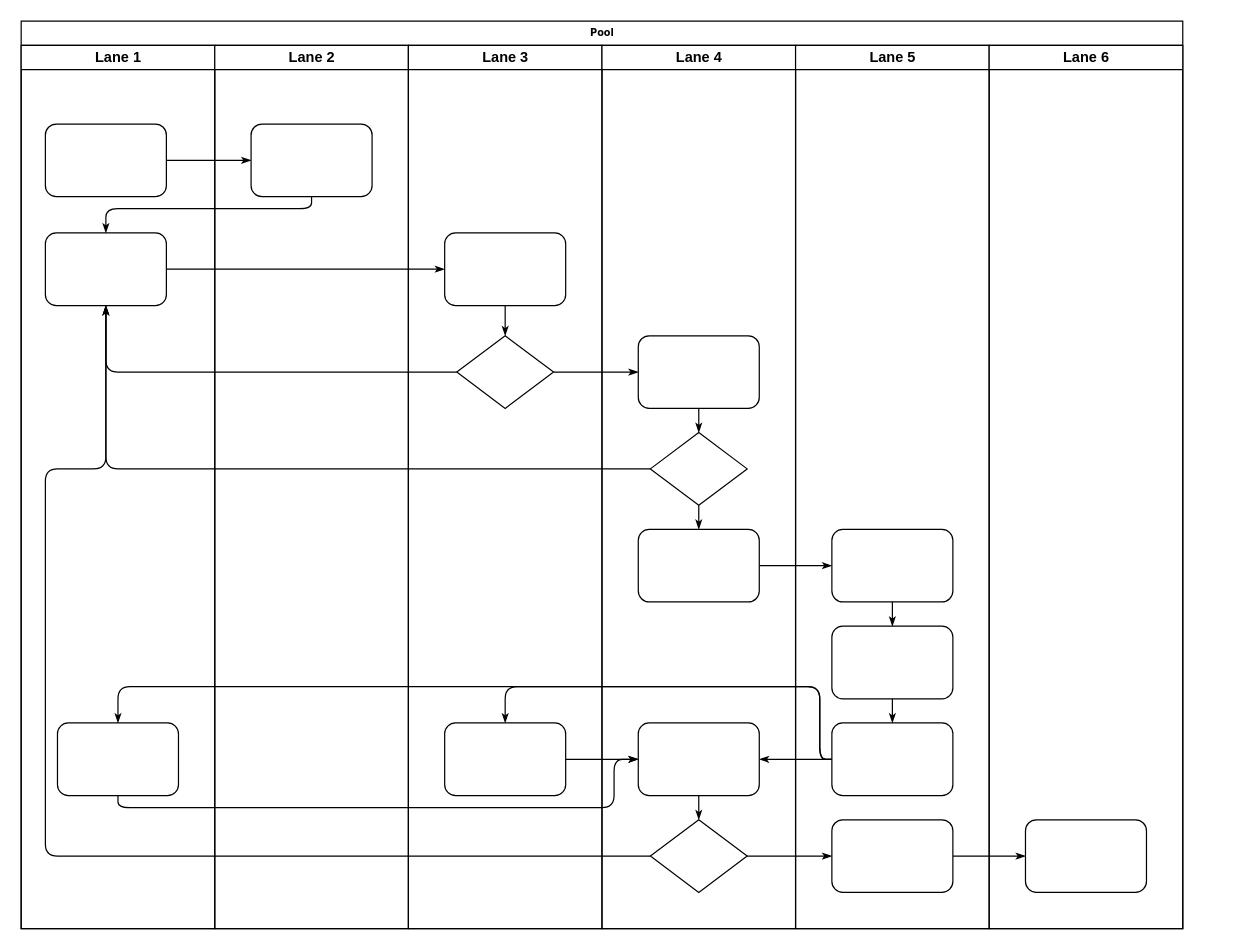
Before: 货物暂存点部管控.drawio in wenwenwei/-, a draw.io diagram. Source tidied: cells renumbered, new cells numbered last; positions are measured from the earlier drawing's top-left corner, leaving out a move shared by most shapes. Both pictures are drawn from the tidied source at 121%, with x=0, y=0 at pixel (21, 21).
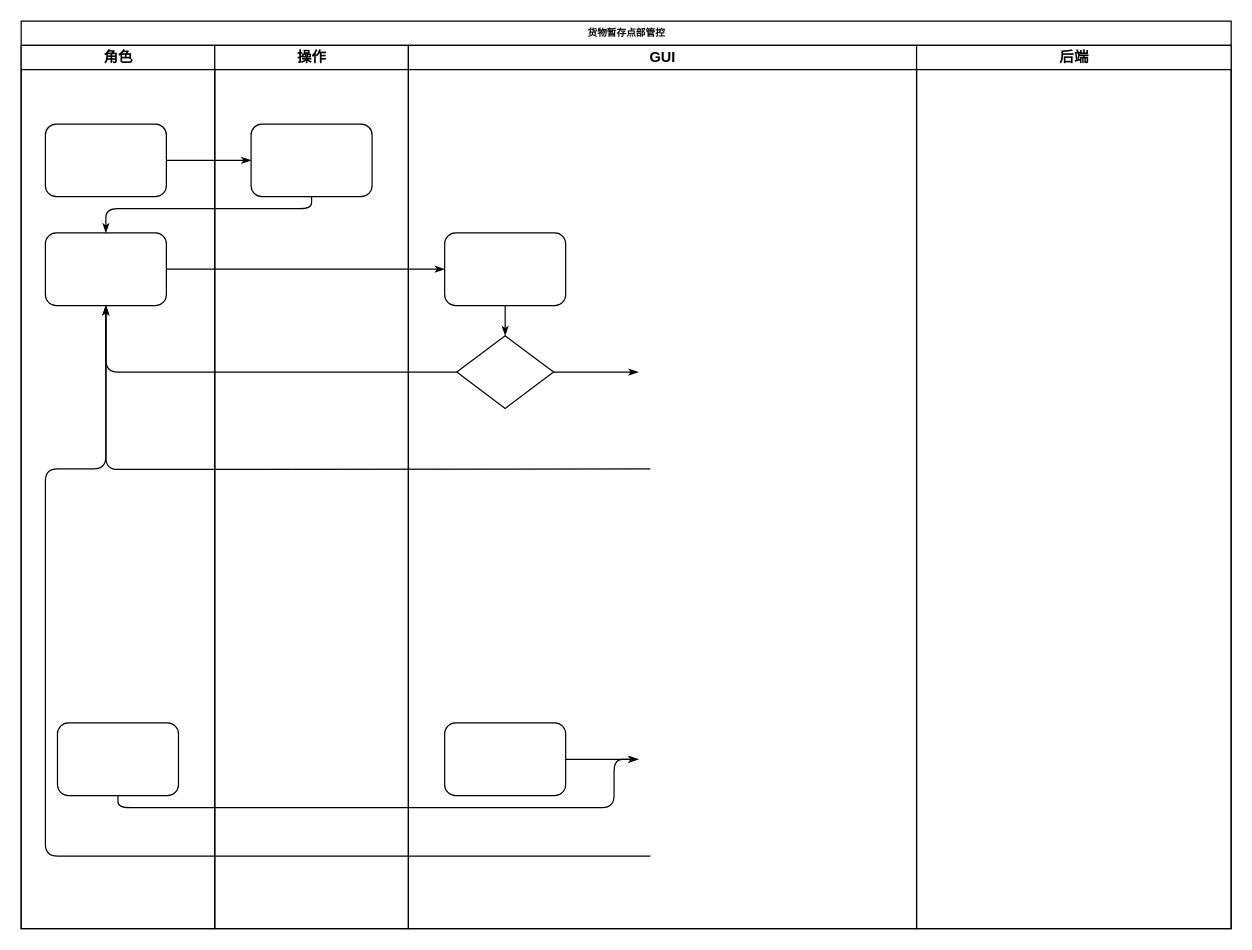
Above is the later version.

Commit message (it also covers changes not shown here):
更新货物暂存点部管控.drawio

Unchanged cells that the change refers to:
```xml
<mxCell id="5" style="rounded=1;whiteSpace=wrap;html=1;shadow=0;labelBackgroundColor=none;strokeWidth=1;fontFamily=Verdana;fontSize=8;align=center;" parent="3" vertex="1">
  <mxGeometry x="20" y="155" width="100" height="60" as="geometry" />
</mxCell>
<mxCell id="6" style="rounded=1;whiteSpace=wrap;html=1;shadow=0;labelBackgroundColor=none;strokeWidth=1;fontFamily=Verdana;fontSize=8;align=center;" parent="3" vertex="1">
  <mxGeometry x="30" y="560" width="100" height="60" as="geometry" />
</mxCell>
<mxCell id="26" style="rhombus;whiteSpace=wrap;html=1;rounded=0;shadow=0;labelBackgroundColor=none;strokeWidth=1;fontFamily=Verdana;fontSize=8;align=center;" parent="24" vertex="1">
  <mxGeometry x="40" y="240" width="80" height="60" as="geometry" />
</mxCell>
<mxCell id="27" style="rounded=1;whiteSpace=wrap;html=1;shadow=0;labelBackgroundColor=none;strokeWidth=1;fontFamily=Verdana;fontSize=8;align=center;" parent="24" vertex="1">
  <mxGeometry x="30" y="560" width="100" height="60" as="geometry" />
</mxCell>
```

The edit, as a diff of the source:
```diff
@@
-    <mxCell id="2" value="Pool" style="swimlane;html=1;startSize=20;rounded=0;shadow=0;labelBackgroundColor=none;strokeWidth=1;fontFamily=Verdana;fontSize=8;align=center;" parent="1" vertex="1">
-      <mxGeometry width="960" height="750" as="geometry" />
+    <mxCell id="2" value="货物暂存点部管控" style="swimlane;html=1;startSize=20;rounded=0;shadow=0;labelBackgroundColor=none;strokeWidth=1;fontFamily=Verdana;fontSize=8;align=center;" parent="1" vertex="1">
+      <mxGeometry width="1000" height="750" as="geometry" />
     </mxCell>
-    <mxCell id="3" value="Lane 1" style="swimlane;html=1;startSize=20;" parent="2" vertex="1">
+    <mxCell id="3" value="角色" style="swimlane;html=1;startSize=20;" parent="2" vertex="1">
       <mxGeometry y="20" width="160" height="730" as="geometry" />
     </mxCell>
@@
-    <mxCell id="11" style="edgeStyle=orthogonalEdgeStyle;rounded=1;html=1;labelBackgroundColor=none;startArrow=none;startFill=0;startSize=5;endArrow=classicThin;endFill=1;endSize=5;jettySize=auto;strokeWidth=1;fontFamily=Verdana;fontSize=8;" parent="2" edge="1" source="31" target="5">
-      <mxGeometry relative="1" as="geometry" />
+    <mxCell id="11" style="edgeStyle=orthogonalEdgeStyle;rounded=1;html=1;labelBackgroundColor=none;startArrow=none;startFill=0;startSize=5;endArrow=classicThin;endFill=1;endSize=5;jettySize=auto;strokeWidth=1;fontFamily=Verdana;fontSize=8;" parent="2" edge="1" target="5">
+      <mxGeometry relative="1" as="geometry">
+        <mxPoint x="520" y="370" as="sourcePoint" />
+      </mxGeometry>
     </mxCell>
-    <mxCell id="12" style="edgeStyle=orthogonalEdgeStyle;rounded=1;html=1;labelBackgroundColor=none;startArrow=none;startFill=0;startSize=5;endArrow=classicThin;endFill=1;endSize=5;jettySize=auto;strokeWidth=1;fontFamily=Verdana;fontSize=8;" parent="2" edge="1" source="34" target="5">
+    <mxCell id="12" style="edgeStyle=orthogonalEdgeStyle;rounded=1;html=1;labelBackgroundColor=none;startArrow=none;startFill=0;startSize=5;endArrow=classicThin;endFill=1;endSize=5;jettySize=auto;strokeWidth=1;fontFamily=Verdana;fontSize=8;" parent="2" edge="1" target="5">
       <mxGeometry relative="1" as="geometry">
+        <mxPoint x="520" y="690" as="sourcePoint" />
         <Array as="points">
           <mxPoint x="20" y="690" />
           <mxPoint x="20" y="370" />
           <mxPoint x="70" y="370" />
         </Array>
       </mxGeometry>
     </mxCell>
-    <mxCell id="13" style="edgeStyle=orthogonalEdgeStyle;rounded=1;html=1;labelBackgroundColor=none;startArrow=none;startFill=0;startSize=5;endArrow=classicThin;endFill=1;endSize=5;jettySize=auto;strokeWidth=1;fontFamily=Verdana;fontSize=8;" parent="2" edge="1" source="26" target="30">
-      <mxGeometry relative="1" as="geometry" />
+    <mxCell id="13" style="edgeStyle=orthogonalEdgeStyle;rounded=1;html=1;labelBackgroundColor=none;startArrow=none;startFill=0;startSize=5;endArrow=classicThin;endFill=1;endSize=5;jettySize=auto;strokeWidth=1;fontFamily=Verdana;fontSize=8;" parent="2" edge="1" source="26">
+      <mxGeometry relative="1" as="geometry">
+        <mxPoint x="510" y="290" as="targetPoint" />
+      </mxGeometry>
     </mxCell>
-    <mxCell id="14" style="edgeStyle=orthogonalEdgeStyle;rounded=1;html=1;labelBackgroundColor=none;startArrow=none;startFill=0;startSize=5;endArrow=classicThin;endFill=1;endSize=5;jettySize=auto;strokeWidth=1;fontFamily=Verdana;fontSize=8;" parent="2" edge="1" source="34" target="42">
-      <mxGeometry relative="1" as="geometry" />
-    </mxCell>
-    <mxCell id="15" style="edgeStyle=orthogonalEdgeStyle;rounded=1;html=1;labelBackgroundColor=none;startArrow=none;startFill=0;startSize=5;endArrow=classicThin;endFill=1;endSize=5;jettySize=auto;strokeWidth=1;fontFamily=Verdana;fontSize=8;" parent="2" edge="1" source="42" target="46">
-      <mxGeometry relative="1" as="geometry" />
-    </mxCell>
-    <mxCell id="16" style="edgeStyle=orthogonalEdgeStyle;rounded=1;html=1;labelBackgroundColor=none;startArrow=none;startFill=0;startSize=5;endArrow=classicThin;endFill=1;endSize=5;jettySize=auto;strokeWidth=1;fontFamily=Verdana;fontSize=8;" parent="2" edge="1" source="32" target="39">
-      <mxGeometry relative="1" as="geometry" />
-    </mxCell>
-    <mxCell id="17" style="edgeStyle=orthogonalEdgeStyle;rounded=1;html=1;labelBackgroundColor=none;startArrow=none;startFill=0;startSize=5;endArrow=classicThin;endFill=1;endSize=5;jettySize=auto;strokeWidth=1;fontFamily=Verdana;fontSize=8;" parent="2" edge="1" source="41" target="27">
-      <mxGeometry relative="1" as="geometry">
-        <Array as="points">
-          <mxPoint x="660" y="610" />
-          <mxPoint x="660" y="550" />
-          <mxPoint x="400" y="550" />
-        </Array>
-      </mxGeometry>
-    </mxCell>
-    <mxCell id="18" style="edgeStyle=orthogonalEdgeStyle;rounded=1;html=1;labelBackgroundColor=none;startArrow=none;startFill=0;startSize=5;endArrow=classicThin;endFill=1;endSize=5;jettySize=auto;strokeColor=#000000;strokeWidth=1;fontFamily=Verdana;fontSize=8;fontColor=#000000;" parent="2" edge="1" source="41" target="33">
-      <mxGeometry relative="1" as="geometry" />
-    </mxCell>
-    <mxCell id="19" style="edgeStyle=orthogonalEdgeStyle;rounded=1;html=1;labelBackgroundColor=none;startArrow=none;startFill=0;startSize=5;endArrow=classicThin;endFill=1;endSize=5;jettySize=auto;strokeWidth=1;fontFamily=Verdana;fontSize=8;" parent="2" edge="1" source="41" target="6">
-      <mxGeometry relative="1" as="geometry">
-        <Array as="points">
-          <mxPoint x="660" y="610" />
-          <mxPoint x="660" y="550" />
-          <mxPoint x="80" y="550" />
-        </Array>
-      </mxGeometry>
-    </mxCell>
-    <mxCell id="20" style="edgeStyle=orthogonalEdgeStyle;rounded=1;html=1;labelBackgroundColor=none;startArrow=none;startFill=0;startSize=5;endArrow=classicThin;endFill=1;endSize=5;jettySize=auto;strokeWidth=1;fontFamily=Verdana;fontSize=8;" parent="2" edge="1" source="6" target="33">
+    <mxCell id="20" style="edgeStyle=orthogonalEdgeStyle;rounded=1;html=1;labelBackgroundColor=none;startArrow=none;startFill=0;startSize=5;endArrow=classicThin;endFill=1;endSize=5;jettySize=auto;strokeWidth=1;fontFamily=Verdana;fontSize=8;" parent="2" edge="1" source="6">
       <mxGeometry relative="1" as="geometry">
+        <mxPoint x="510" y="610" as="targetPoint" />
         <Array as="points">
           <mxPoint x="80" y="650" />
           <mxPoint x="490" y="650" />
           <mxPoint x="490" y="610" />
         </Array>
       </mxGeometry>
     </mxCell>
-    <mxCell id="21" style="edgeStyle=orthogonalEdgeStyle;rounded=1;html=1;labelBackgroundColor=none;startArrow=none;startFill=0;startSize=5;endArrow=classicThin;endFill=1;endSize=5;jettySize=auto;strokeWidth=1;fontFamily=Verdana;fontSize=8;" parent="2" edge="1" source="27" target="33">
-      <mxGeometry relative="1" as="geometry" />
+    <mxCell id="21" style="edgeStyle=orthogonalEdgeStyle;rounded=1;html=1;labelBackgroundColor=none;startArrow=none;startFill=0;startSize=5;endArrow=classicThin;endFill=1;endSize=5;jettySize=auto;strokeWidth=1;fontFamily=Verdana;fontSize=8;" parent="2" edge="1" source="27">
+      <mxGeometry relative="1" as="geometry">
+        <mxPoint x="510" y="610" as="targetPoint" />
+      </mxGeometry>
     </mxCell>
-    <mxCell id="22" value="Lane 2" style="swimlane;html=1;startSize=20;" parent="2" vertex="1">
+    <mxCell id="22" value="操作" style="swimlane;html=1;startSize=20;" parent="2" vertex="1">
       <mxGeometry x="160" y="20" width="160" height="730" as="geometry" />
     </mxCell>
@@
-    <mxCell id="24" value="Lane 3" style="swimlane;html=1;startSize=20;" parent="2" vertex="1">
-      <mxGeometry x="320" y="20" width="160" height="730" as="geometry" />
+    <mxCell id="24" value="GUI" style="swimlane;html=1;startSize=20;" parent="2" vertex="1">
+      <mxGeometry x="320" y="20" width="420" height="730" as="geometry" />
     </mxCell>
@@
-    <mxCell id="29" value="Lane 4" style="swimlane;html=1;startSize=20;" parent="2" vertex="1">
-      <mxGeometry x="480" y="20" width="160" height="730" as="geometry" />
-    </mxCell>
-    <mxCell id="30" style="rounded=1;whiteSpace=wrap;html=1;shadow=0;labelBackgroundColor=none;strokeWidth=1;fontFamily=Verdana;fontSize=8;align=center;" parent="29" vertex="1">
-      <mxGeometry x="30" y="240" width="100" height="60" as="geometry" />
-    </mxCell>
-    <mxCell id="31" style="rhombus;whiteSpace=wrap;html=1;rounded=0;shadow=0;labelBackgroundColor=none;strokeWidth=1;fontFamily=Verdana;fontSize=8;align=center;" parent="29" vertex="1">
-      <mxGeometry x="40" y="320" width="80" height="60" as="geometry" />
-    </mxCell>
-    <mxCell id="32" style="rounded=1;whiteSpace=wrap;html=1;shadow=0;labelBackgroundColor=none;strokeWidth=1;fontFamily=Verdana;fontSize=8;align=center;" parent="29" vertex="1">
-      <mxGeometry x="30" y="400" width="100" height="60" as="geometry" />
-    </mxCell>
-    <mxCell id="33" style="rounded=1;whiteSpace=wrap;html=1;shadow=0;labelBackgroundColor=none;strokeWidth=1;fontFamily=Verdana;fontSize=8;align=center;" parent="29" vertex="1">
-      <mxGeometry x="30" y="560" width="100" height="60" as="geometry" />
-    </mxCell>
-    <mxCell id="34" style="rhombus;whiteSpace=wrap;html=1;rounded=0;shadow=0;labelBackgroundColor=none;strokeWidth=1;fontFamily=Verdana;fontSize=8;align=center;" parent="29" vertex="1">
-      <mxGeometry x="40" y="640" width="80" height="60" as="geometry" />
-    </mxCell>
-    <mxCell id="35" style="edgeStyle=orthogonalEdgeStyle;rounded=1;html=1;labelBackgroundColor=none;startArrow=none;startFill=0;startSize=5;endArrow=classicThin;endFill=1;endSize=5;jettySize=auto;strokeColor=#000000;strokeWidth=1;fontFamily=Verdana;fontSize=8;fontColor=#000000;" parent="29" edge="1" source="30" target="31">
-      <mxGeometry relative="1" as="geometry" />
-    </mxCell>
-    <mxCell id="36" style="edgeStyle=orthogonalEdgeStyle;rounded=1;html=1;labelBackgroundColor=none;startArrow=none;startFill=0;startSize=5;endArrow=classicThin;endFill=1;endSize=5;jettySize=auto;strokeWidth=1;fontFamily=Verdana;fontSize=8;" parent="29" edge="1" source="31" target="32">
-      <mxGeometry relative="1" as="geometry" />
-    </mxCell>
-    <mxCell id="37" style="edgeStyle=orthogonalEdgeStyle;rounded=1;html=1;labelBackgroundColor=none;startArrow=none;startFill=0;startSize=5;endArrow=classicThin;endFill=1;endSize=5;jettySize=auto;strokeWidth=1;fontFamily=Verdana;fontSize=8;" parent="29" edge="1" source="33" target="34">
-      <mxGeometry relative="1" as="geometry" />
-    </mxCell>
-    <mxCell id="38" value="Lane 5" style="swimlane;html=1;startSize=20;" parent="2" vertex="1">
-      <mxGeometry x="640" y="20" width="160" height="730" as="geometry" />
-    </mxCell>
-    <mxCell id="39" style="rounded=1;whiteSpace=wrap;html=1;shadow=0;labelBackgroundColor=none;strokeWidth=1;fontFamily=Verdana;fontSize=8;align=center;" parent="38" vertex="1">
-      <mxGeometry x="30" y="400" width="100" height="60" as="geometry" />
-    </mxCell>
-    <mxCell id="40" style="rounded=1;whiteSpace=wrap;html=1;shadow=0;labelBackgroundColor=none;strokeWidth=1;fontFamily=Verdana;fontSize=8;align=center;" parent="38" vertex="1">
-      <mxGeometry x="30" y="480" width="100" height="60" as="geometry" />
-    </mxCell>
-    <mxCell id="41" style="rounded=1;whiteSpace=wrap;html=1;shadow=0;labelBackgroundColor=none;strokeWidth=1;fontFamily=Verdana;fontSize=8;align=center;" parent="38" vertex="1">
-      <mxGeometry x="30" y="560" width="100" height="60" as="geometry" />
-    </mxCell>
-    <mxCell id="42" style="rounded=1;whiteSpace=wrap;html=1;shadow=0;labelBackgroundColor=none;strokeWidth=1;fontFamily=Verdana;fontSize=8;align=center;" parent="38" vertex="1">
-      <mxGeometry x="30" y="640" width="100" height="60" as="geometry" />
-    </mxCell>
-    <mxCell id="43" style="edgeStyle=orthogonalEdgeStyle;rounded=1;html=1;labelBackgroundColor=none;startArrow=none;startFill=0;startSize=5;endArrow=classicThin;endFill=1;endSize=5;jettySize=auto;strokeWidth=1;fontFamily=Verdana;fontSize=8;" parent="38" edge="1" source="39" target="40">
-      <mxGeometry relative="1" as="geometry" />
-    </mxCell>
-    <mxCell id="44" style="edgeStyle=orthogonalEdgeStyle;rounded=1;html=1;labelBackgroundColor=none;startArrow=none;startFill=0;startSize=5;endArrow=classicThin;endFill=1;endSize=5;jettySize=auto;strokeWidth=1;fontFamily=Verdana;fontSize=8;" parent="38" edge="1" source="40" target="41">
-      <mxGeometry relative="1" as="geometry" />
-    </mxCell>
-    <mxCell id="45" value="Lane 6" style="swimlane;html=1;startSize=20;" parent="2" vertex="1">
-      <mxGeometry x="800" y="20" width="160" height="730" as="geometry" />
+    <mxCell id="45" value="后端" style="swimlane;html=1;startSize=20;" parent="2" vertex="1">
+      <mxGeometry x="740" y="20" width="260" height="730" as="geometry" />
     </mxCell>
-    <mxCell id="46" style="rounded=1;whiteSpace=wrap;html=1;shadow=0;labelBackgroundColor=none;strokeWidth=1;fontFamily=Verdana;fontSize=8;align=center;" parent="45" vertex="1">
-      <mxGeometry x="30" y="640" width="100" height="60" as="geometry" />
-    </mxCell>
```
